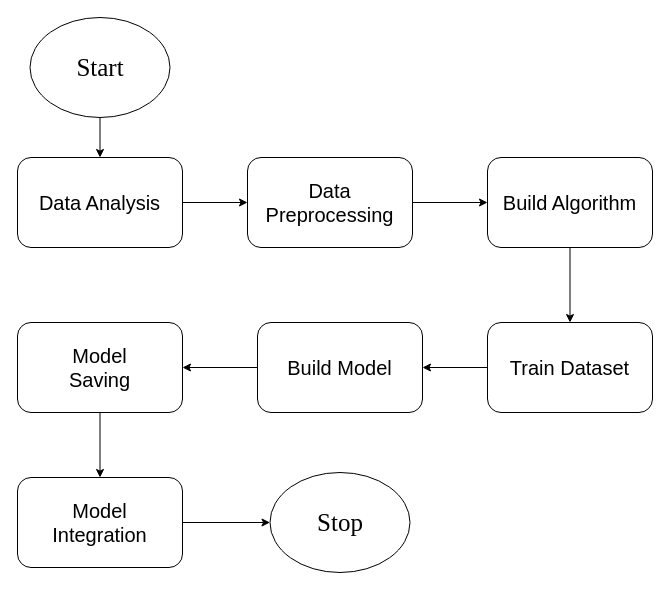
Earlier version of the draw.io diagram page "Application Flow Chart" (11 of 11) of design.drawio (roman-ojha/journey). Source tidied: cells renumbered, new cells numbered last; positions are measured from the earlier drawing's top-left corner, leaving out a move shared by most shapes. Both pictures are drawn from the tidied source at 100%, with x=0, y=0 at pixel (17, 17).
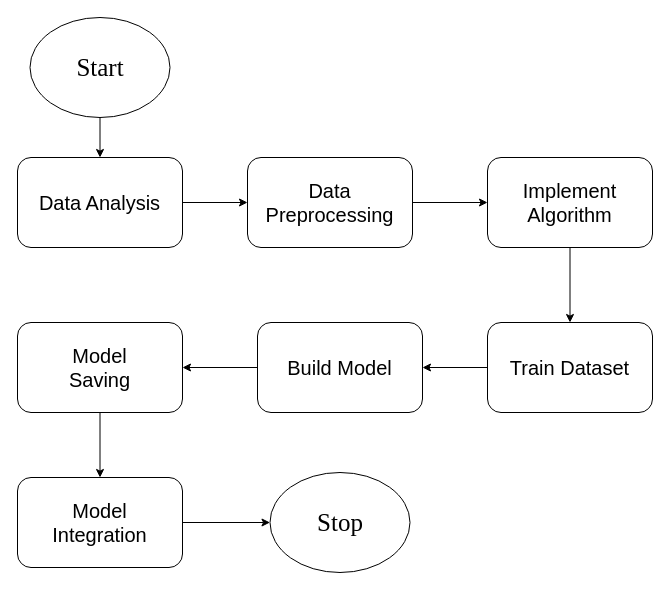
The same diagram, later.

Commit message (it also covers changes not shown here):
fix: small update on authController & draw.io design

Change to the diagram source:
```diff
@@
 <mxGraphModel>
   <root>
     <mxCell id="0" />
     <mxCell id="1" parent="0" />
     <mxCell id="2" style="edgeStyle=orthogonalEdgeStyle;rounded=0;jettySize=auto;html=1;" parent="1" edge="1" source="3" target="5">
       <mxGeometry relative="1" as="geometry" />
     </mxCell>
     <mxCell id="3" value="Start" style="ellipse;whiteSpace=wrap;html=1;fontSize=25;fontFamily=Times New Roman;" parent="1" vertex="1">
       <mxGeometry x="12.5" width="140" height="100" as="geometry" />
     </mxCell>
     <mxCell id="4" style="edgeStyle=orthogonalEdgeStyle;rounded=0;jettySize=auto;html=1;entryX=0;entryY=0.5;entryDx=0;entryDy=0;" parent="1" edge="1" source="5" target="7">
       <mxGeometry relative="1" as="geometry" />
     </mxCell>
     <mxCell id="5" value="Data Analysis" style="rounded=1;whiteSpace=wrap;html=1;fontSize=20;" parent="1" vertex="1">
       <mxGeometry y="140" width="165" height="90" as="geometry" />
     </mxCell>
     <mxCell id="6" style="edgeStyle=orthogonalEdgeStyle;rounded=0;jettySize=auto;html=1;" parent="1" edge="1" source="7" target="9">
       <mxGeometry relative="1" as="geometry" />
     </mxCell>
     <mxCell id="7" value="Data&lt;br&gt;Preprocessing" style="rounded=1;whiteSpace=wrap;html=1;fontSize=20;" parent="1" vertex="1">
       <mxGeometry x="230" y="140" width="165" height="90" as="geometry" />
     </mxCell>
     <mxCell id="8" style="edgeStyle=orthogonalEdgeStyle;rounded=0;jettySize=auto;html=1;" parent="1" edge="1" source="9" target="10">
       <mxGeometry relative="1" as="geometry" />
     </mxCell>
-    <mxCell id="9" value="Build Algorithm" style="rounded=1;whiteSpace=wrap;html=1;fontSize=20;" parent="1" vertex="1">
+    <mxCell id="9" value="Implement Algorithm" style="rounded=1;whiteSpace=wrap;html=1;fontSize=20;" parent="1" vertex="1">
       <mxGeometry x="470" y="140" width="165" height="90" as="geometry" />
     </mxCell>
     <mxCell id="10" value="Train Dataset" style="rounded=1;whiteSpace=wrap;html=1;fontSize=20;" parent="1" vertex="1">
       <mxGeometry x="470" y="305" width="165" height="90" as="geometry" />
     </mxCell>
     <mxCell id="11" style="edgeStyle=orthogonalEdgeStyle;rounded=0;jettySize=auto;html=1;" parent="1" edge="1" source="12" target="15">
       <mxGeometry relative="1" as="geometry" />
     </mxCell>
     <mxCell id="12" value="Build Model" style="rounded=1;whiteSpace=wrap;html=1;fontSize=20;" parent="1" vertex="1">
       <mxGeometry x="240" y="305" width="165" height="90" as="geometry" />
     </mxCell>
     <mxCell id="13" style="edgeStyle=orthogonalEdgeStyle;rounded=0;jettySize=auto;html=1;" parent="1" edge="1" source="10" target="12">
       <mxGeometry relative="1" as="geometry" />
     </mxCell>
     <mxCell id="14" style="edgeStyle=orthogonalEdgeStyle;rounded=0;jettySize=auto;html=1;entryX=0.5;entryY=0;entryDx=0;entryDy=0;" parent="1" edge="1" source="15" target="17">
       <mxGeometry relative="1" as="geometry" />
     </mxCell>
     <mxCell id="15" value="Model&lt;br&gt;Saving" style="rounded=1;whiteSpace=wrap;html=1;fontSize=20;" parent="1" vertex="1">
       <mxGeometry y="305" width="165" height="90" as="geometry" />
     </mxCell>
     <mxCell id="16" style="edgeStyle=orthogonalEdgeStyle;rounded=0;jettySize=auto;html=1;" parent="1" edge="1" source="17" target="18">
       <mxGeometry relative="1" as="geometry" />
     </mxCell>
     <mxCell id="17" value="Model&lt;br&gt;Integration" style="rounded=1;whiteSpace=wrap;html=1;fontSize=20;" parent="1" vertex="1">
       <mxGeometry y="460" width="165" height="90" as="geometry" />
     </mxCell>
     <mxCell id="18" value="Stop" style="ellipse;whiteSpace=wrap;html=1;fontSize=25;fontFamily=Times New Roman;" parent="1" vertex="1">
       <mxGeometry x="252.5" y="455" width="140" height="100" as="geometry" />
     </mxCell>
   </root>
 </mxGraphModel>
```
